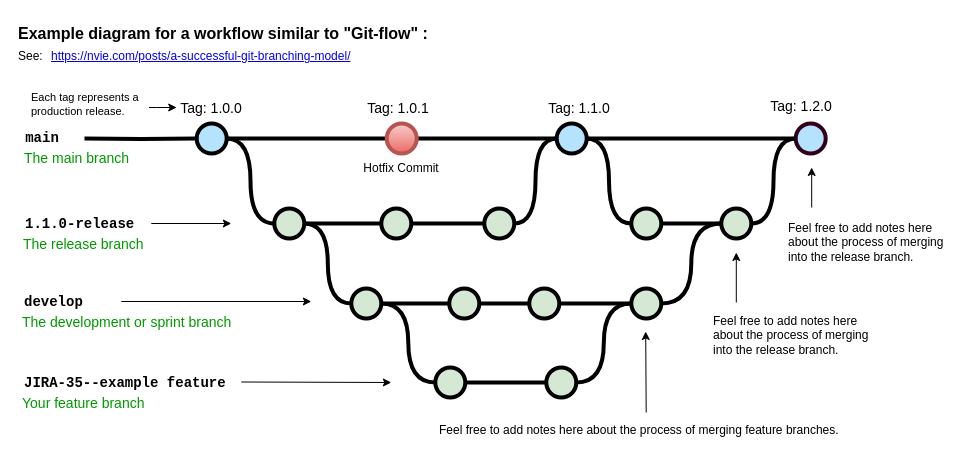
This is example.drawio from timnavigate/DAC, a draw.io file, before an edit. Source tidied: cells renumbered, new cells numbered last; positions are measured from the earlier drawing's top-left corner, leaving out a move shared by most shapes. Both pictures are drawn from the tidied source at 100%, with x=0, y=0 at pixel (16, 17).
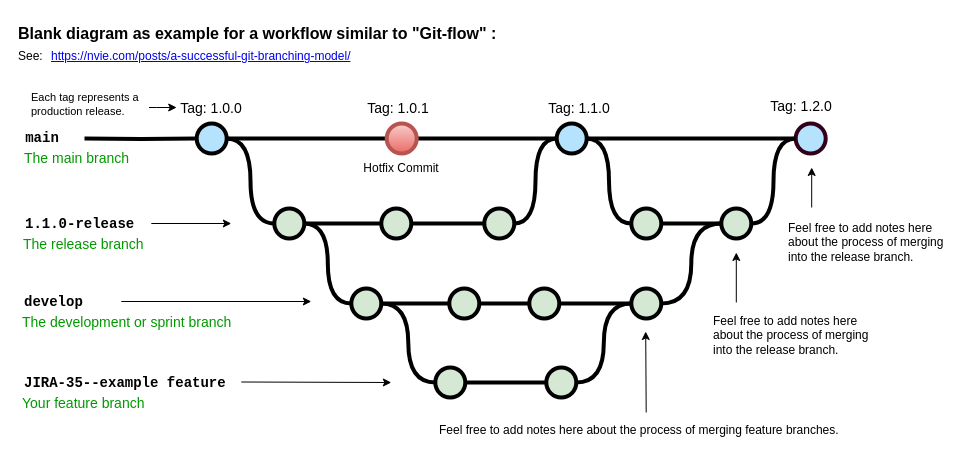
After the change.

The edit, as a diff of the source:
```diff
@@
-    <mxCell id="55" value="Example diagram for a workflow similar to &quot;Git-flow&quot; :" style="text;whiteSpace=wrap;html=1;fontStyle=1;fontSize=16;" parent="1" vertex="1">
-      <mxGeometry x="0.2" width="427.8" height="20" as="geometry" />
+    <mxCell id="55" value="Blank diagram as example for a workflow similar to &quot;Git-flow&quot; :" style="text;whiteSpace=wrap;html=1;fontStyle=1;fontSize=16;" parent="1" vertex="1">
+      <mxGeometry x="0.2" width="557.8" height="20" as="geometry" />
     </mxCell>
```
